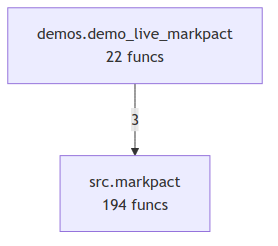
Earlier version of the Mermaid export project/compact_flow.png (markpact/markpact). Its source is kept beside it as project/compact_flow.mmd.
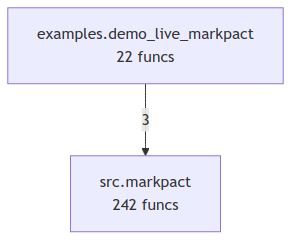
Above is the later version.

Change to the diagram source:
```diff
@@ -1,4 +1,4 @@
 flowchart TD
-    demos_demo_live_markpact["demos.demo_live_markpact<br/>22 funcs"]
-    src_markpact["src.markpact<br/>194 funcs"]
-    demos_demo_live_markpact -->|3| src_markpact
+    examples_demo_live_markpact["examples.demo_live_markpact<br/>22 funcs"]
+    src_markpact["src.markpact<br/>242 funcs"]
+    examples_demo_live_markpact -->|3| src_markpact
```
